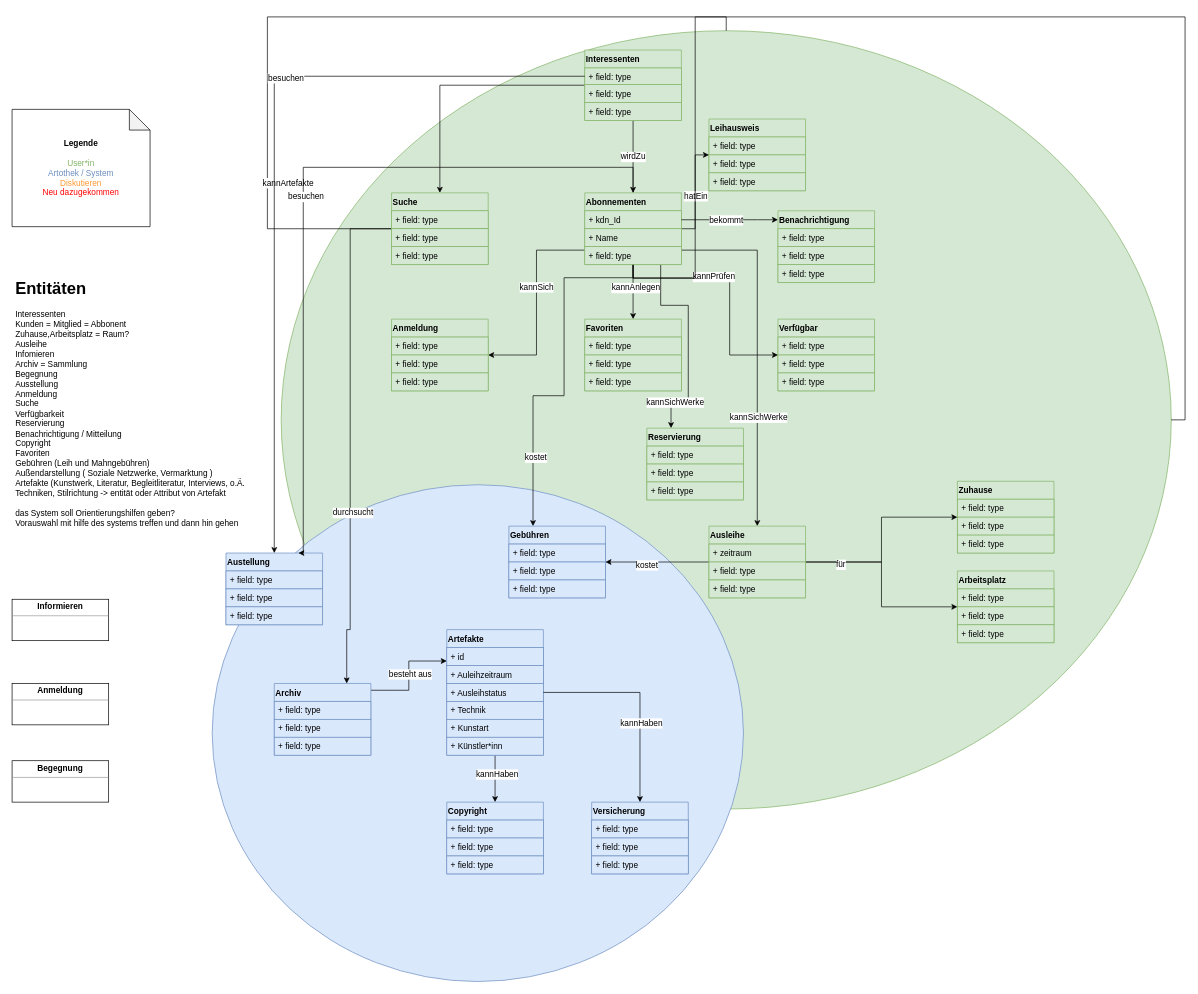
This is page "Domänenmodell_v3.0" (1 of 3) of Artefakte/Untitled Diagram.drawio from JJJS777/EPWS2122KwintSchiller, a draw.io file, before an edit. Source tidied: cells renumbered, new cells numbered last; positions are measured from the earlier drawing's top-left corner, leaving out a move shared by most shapes. Both pictures are drawn from the tidied source at 69%, with x=0, y=0 at pixel (12, 30).
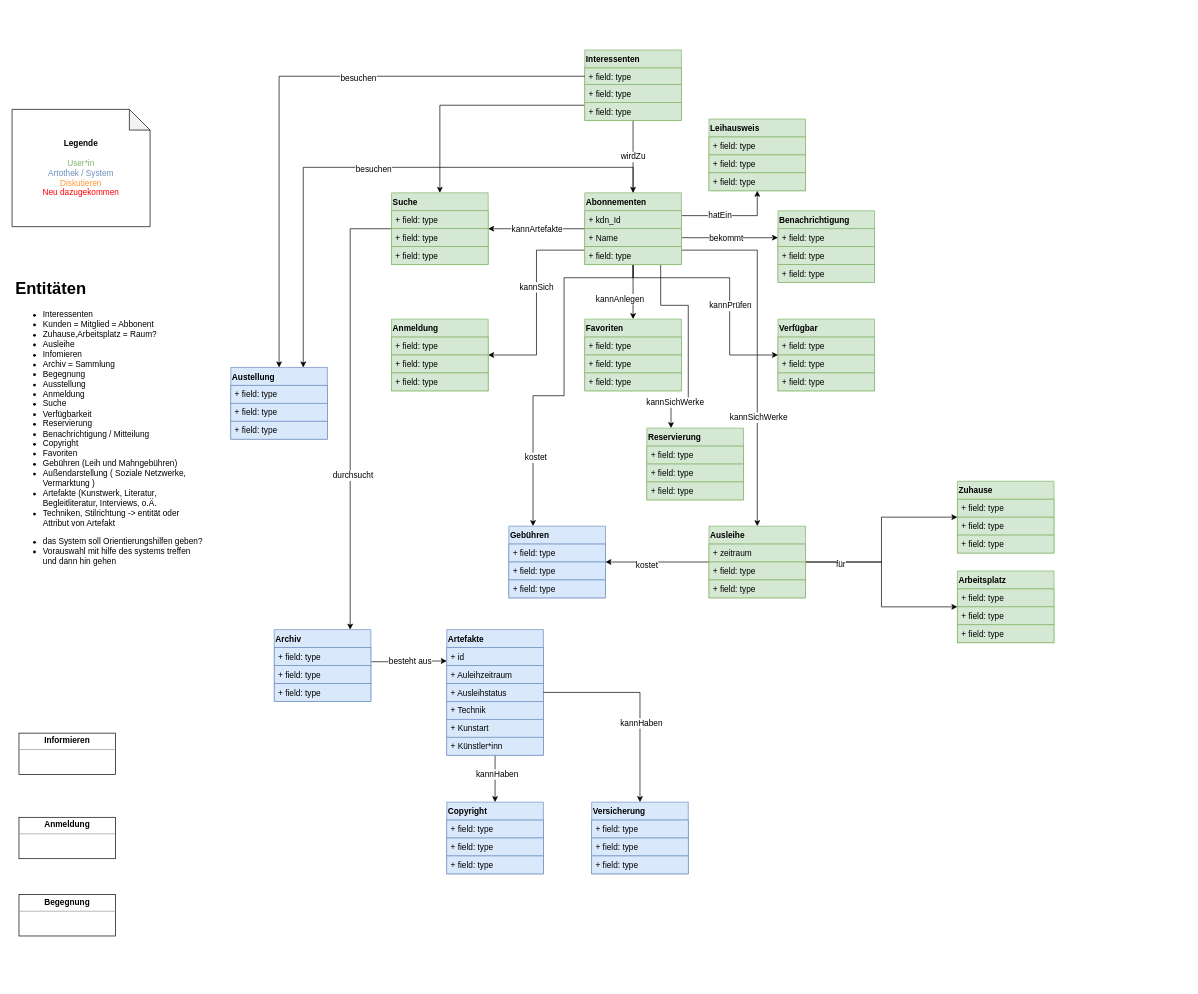
After the change.

Unchanged cells that the change refers to:
```xml
<mxCell id="11" value="Artefakte" style="swimlane;fontStyle=1;horizontal=1;startSize=26;fillColor=#dae8fc;fontFamily=Helvetica;fontSize=12;align=left;verticalAlign=top;strokeColor=#6c8ebf;" parent="1" vertex="1">
  <mxGeometry x="630" y="868" width="140" height="182" as="geometry" />
</mxCell>
<mxCell id="25" value="+ field: type" style="text;strokeColor=#6c8ebf;fillColor=#dae8fc;align=left;verticalAlign=top;spacingLeft=4;spacingRight=4;overflow=hidden;points=[[0,0.5],[1,0.5]];portConstraint=eastwest;fontFamily=Helvetica;fontSize=12;" parent="24" vertex="1">
  <mxGeometry y="26" width="140" height="26" as="geometry" />
</mxCell>
<mxCell id="36" value="Leihausweis" style="swimlane;fontStyle=1;horizontal=1;startSize=26;fillColor=#d5e8d4;fontFamily=Helvetica;fontSize=12;align=left;verticalAlign=top;strokeColor=#82b366;" parent="1" vertex="1">
  <mxGeometry x="1010" y="128" width="140" height="104" as="geometry" />
</mxCell>
<mxCell id="42" value="Interessenten" style="swimlane;fontStyle=1;horizontal=1;startSize=26;fillColor=#d5e8d4;fontFamily=Helvetica;fontSize=12;align=left;verticalAlign=top;strokeColor=#82b366;" parent="1" vertex="1">
  <mxGeometry x="830" y="28" width="140" height="102" as="geometry" />
</mxCell>
<mxCell id="46" value="Benachrichtigung&#10;" style="swimlane;fontStyle=1;horizontal=1;startSize=26;fillColor=#d5e8d4;fontFamily=Helvetica;fontSize=12;align=left;verticalAlign=top;strokeColor=#82b366;" parent="1" vertex="1">
  <mxGeometry x="1110" y="261" width="140" height="104" as="geometry" />
</mxCell>
<mxCell id="47" value="+ field: type" style="text;strokeColor=#82b366;fillColor=#d5e8d4;align=left;verticalAlign=top;spacingLeft=4;spacingRight=4;overflow=hidden;points=[[0,0.5],[1,0.5]];portConstraint=eastwest;fontFamily=Helvetica;fontSize=12;" parent="46" vertex="1">
  <mxGeometry y="26" width="140" height="26" as="geometry" />
</mxCell>
<mxCell id="60" style="edgeStyle=orthogonalEdgeStyle;rounded=0;jettySize=auto;html=1;entryX=0.5;entryY=0;entryDx=0;entryDy=0;fontFamily=Helvetica;fontSize=12;" parent="1" edge="1" source="72" target="86">
  <mxGeometry relative="1" as="geometry" />
</mxCell>
<mxCell id="62" style="edgeStyle=orthogonalEdgeStyle;rounded=0;jettySize=auto;html=1;fontFamily=Helvetica;fontSize=12;" parent="1" edge="1" source="72" target="50">
  <mxGeometry relative="1" as="geometry">
    <Array as="points">
      <mxPoint x="900" y="358" />
      <mxPoint x="1040" y="358" />
      <mxPoint x="1040" y="470" />
    </Array>
  </mxGeometry>
</mxCell>
<mxCell id="72" value="Abonnementen" style="swimlane;fontStyle=1;horizontal=1;startSize=26;fillColor=#d5e8d4;fontFamily=Helvetica;fontSize=12;align=left;verticalAlign=top;strokeColor=#82b366;" parent="1" vertex="1">
  <mxGeometry x="830" y="235" width="140" height="104" as="geometry" />
</mxCell>
<mxCell id="73" value="+ kdn_Id" style="text;strokeColor=#82b366;fillColor=#d5e8d4;align=left;verticalAlign=top;spacingLeft=4;spacingRight=4;overflow=hidden;points=[[0,0.5],[1,0.5]];portConstraint=eastwest;fontFamily=Helvetica;fontSize=12;" parent="72" vertex="1">
  <mxGeometry y="26" width="140" height="26" as="geometry" />
</mxCell>
<mxCell id="82" value="Suche" style="swimlane;fontStyle=1;horizontal=1;startSize=26;fillColor=#d5e8d4;fontFamily=Helvetica;fontSize=12;align=left;verticalAlign=top;strokeColor=#82b366;" parent="1" vertex="1">
  <mxGeometry x="550" y="235" width="140" height="104" as="geometry" />
</mxCell>
```

Diff of the diagram source:
```diff
@@
-    <mxCell id="2" style="ellipse;whiteSpace=wrap;html=1;fontFamily=Helvetica;fontSize=12;fillColor=#d5e8d4;align=left;verticalAlign=top;strokeColor=#82b366;" parent="1" vertex="1">
-      <mxGeometry x="390" width="1290" height="1128" as="geometry" />
-    </mxCell>
-    <mxCell id="3" style="ellipse;whiteSpace=wrap;html=1;fontFamily=Helvetica;fontSize=12;align=left;verticalAlign=top;fillColor=#dae8fc;strokeColor=#6c8ebf;" parent="1" vertex="1">
-      <mxGeometry x="290" y="658" width="770" height="720" as="geometry" />
-    </mxCell>
-    <mxCell id="4" value="&lt;h1&gt;Entitäten&lt;/h1&gt;&lt;div&gt;Interessenten&lt;/div&gt;&lt;div&gt;Kunden = Mitglied = Abbonent&lt;br&gt;&lt;/div&gt;&lt;div&gt;Zuhause,Arbeitsplatz = Raum?&lt;/div&gt;&lt;div&gt;Ausleihe&lt;br&gt;&lt;/div&gt;&lt;div&gt;Infomieren&lt;/div&gt;&lt;div&gt;Archiv = Sammlung&lt;/div&gt;&lt;div&gt;Begegnung&lt;/div&gt;&lt;div&gt;Ausstellung&lt;/div&gt;&lt;div&gt;Anmeldung&lt;/div&gt;&lt;div&gt;Suche&lt;br&gt;Verfügbarkeit&lt;/div&gt;&lt;div&gt;Reservierung&lt;br&gt;Benachrichtigung / Mitteilung&lt;br&gt;Copyright&lt;br&gt;Favoriten&lt;/div&gt;&lt;div&gt;Gebühren (Leih und Mahngebühren)&lt;br&gt;Außendarstellung ( Soziale Netzwerke, Vermarktung )&amp;nbsp;&lt;/div&gt;&lt;div&gt;Artefakte (Kunstwerk, Literatur, Begleitliteratur, Interviews, o.Ä.&lt;br&gt;&lt;/div&gt;&lt;div&gt;&lt;div&gt;Techniken, Stilrichtung -&amp;gt; entität oder Attribut von Artefakt&lt;/div&gt;&lt;div&gt;&lt;br&gt;&lt;/div&gt;&lt;div&gt;&lt;div&gt;das System soll Orientierungshilfen geben?&lt;/div&gt;&lt;div&gt;Vorauswahl mit hilfe des systems treffen und dann hin gehen&lt;/div&gt;&lt;div&gt;&lt;font color=&quot;#FF9933&quot;&gt;&lt;br&gt;&lt;/font&gt;&lt;/div&gt;&lt;/div&gt;&lt;/div&gt;" style="text;html=1;strokeColor=none;fillColor=none;spacing=5;spacingTop=-20;whiteSpace=wrap;overflow=hidden;rounded=0;" parent="1" vertex="1">
-      <mxGeometry y="354" width="370" height="394" as="geometry" />
+    <mxCell id="4" value="&lt;h1&gt;Entitäten&lt;/h1&gt;&lt;ul&gt;&lt;li&gt;Interessenten&lt;/li&gt;&lt;li&gt;Kunden = Mitglied = Abbonent&lt;/li&gt;&lt;li&gt;Zuhause,Arbeitsplatz = Raum?&lt;/li&gt;&lt;li&gt;Ausleihe&lt;/li&gt;&lt;li&gt;Infomieren&lt;/li&gt;&lt;li&gt;Archiv = Sammlung&lt;/li&gt;&lt;li&gt;Begegnung&lt;/li&gt;&lt;li&gt;Ausstellung&lt;/li&gt;&lt;li&gt;Anmeldung&lt;/li&gt;&lt;li&gt;Suche&lt;/li&gt;&lt;li&gt;Verfügbarkeit&lt;/li&gt;&lt;li&gt;Reservierung&lt;/li&gt;&lt;li&gt;Benachrichtigung / Mitteilung&lt;/li&gt;&lt;li&gt;Copyright&lt;/li&gt;&lt;li&gt;Favoriten&lt;/li&gt;&lt;li&gt;Gebühren (Leih und Mahngebühren)&lt;/li&gt;&lt;li&gt;Außendarstellung ( Soziale Netzwerke, Vermarktung )&amp;nbsp;&lt;/li&gt;&lt;li&gt;Artefakte (Kunstwerk, Literatur, Begleitliteratur, Interviews, o.Ä.&lt;/li&gt;&lt;li&gt;Techniken, Stilrichtung -&amp;gt; entität oder Attribut von Artefakt&lt;/li&gt;&lt;/ul&gt;&lt;div&gt;&lt;div&gt;&lt;div&gt;&lt;ul&gt;&lt;li&gt;das System soll Orientierungshilfen geben?&lt;/li&gt;&lt;li&gt;Vorauswahl mit hilfe des systems treffen und dann hin gehen&lt;/li&gt;&lt;/ul&gt;&lt;/div&gt;&lt;div&gt;&lt;font color=&quot;#FF9933&quot;&gt;&lt;br&gt;&lt;/font&gt;&lt;/div&gt;&lt;/div&gt;&lt;/div&gt;" style="text;html=1;strokeColor=none;fillColor=none;spacing=5;spacingTop=-20;whiteSpace=wrap;overflow=hidden;rounded=0;" parent="1" vertex="1">
+      <mxGeometry y="354" width="280" height="494" as="geometry" />
     </mxCell>
     <mxCell id="5" value="&lt;p style=&quot;margin: 0px ; margin-top: 4px ; text-align: center&quot;&gt;&lt;b&gt;&lt;span&gt;Informieren&lt;br&gt;&lt;/span&gt;&lt;/b&gt;&lt;/p&gt;&lt;hr size=&quot;1&quot;&gt;&lt;div style=&quot;height: 2px&quot;&gt;&lt;/div&gt;" style="verticalAlign=top;align=left;overflow=fill;fontSize=12;fontFamily=Helvetica;html=1;" parent="1" vertex="1">
-      <mxGeometry y="824" width="140" height="60" as="geometry" />
+      <mxGeometry x="10" y="1018" width="140" height="60" as="geometry" />
     </mxCell>
     <mxCell id="6" value="&lt;p style=&quot;margin: 0px ; margin-top: 4px ; text-align: center&quot;&gt;&lt;b&gt;&lt;span&gt;Anmeldung&lt;/span&gt;&lt;/b&gt;&lt;/p&gt;&lt;hr size=&quot;1&quot;&gt;&lt;div style=&quot;height: 2px&quot;&gt;&lt;/div&gt;" style="verticalAlign=top;align=left;overflow=fill;fontSize=12;fontFamily=Helvetica;html=1;" parent="1" vertex="1">
-      <mxGeometry y="946" width="140" height="60" as="geometry" />
+      <mxGeometry x="10" y="1140" width="140" height="60" as="geometry" />
     </mxCell>
@@
     <mxCell id="8" value="&lt;p style=&quot;margin: 0px ; margin-top: 4px ; text-align: center&quot;&gt;&lt;b&gt;Begegnung&lt;/b&gt;&lt;/p&gt;&lt;hr size=&quot;1&quot;&gt;&lt;div style=&quot;height: 2px&quot;&gt;&lt;/div&gt;" style="verticalAlign=top;align=left;overflow=fill;fontSize=12;fontFamily=Helvetica;html=1;" parent="1" vertex="1">
-      <mxGeometry y="1058" width="140" height="60" as="geometry" />
+      <mxGeometry x="10" y="1252" width="140" height="60" as="geometry" />
     </mxCell>
@@
-    <mxCell id="22" style="edgeStyle=orthogonalEdgeStyle;rounded=0;jettySize=auto;html=1;entryX=0;entryY=0.25;entryDx=0;entryDy=0;fontFamily=Helvetica;fontSize=12;fontColor=#000000;exitX=0.995;exitY=0.095;exitDx=0;exitDy=0;exitPerimeter=0;" parent="1" edge="1" source="24" target="11">
+    <mxCell id="22" style="edgeStyle=orthogonalEdgeStyle;rounded=0;jettySize=auto;html=1;entryX=0;entryY=0.25;entryDx=0;entryDy=0;fontFamily=Helvetica;fontSize=12;fontColor=#000000;exitX=1.006;exitY=0.79;exitDx=0;exitDy=0;exitPerimeter=0;" parent="1" edge="1" source="25" target="11">
       <mxGeometry relative="1" as="geometry" />
     </mxCell>
@@
     <mxCell id="24" value="Archiv" style="swimlane;fontStyle=1;horizontal=1;startSize=26;fillColor=#dae8fc;fontFamily=Helvetica;fontSize=12;align=left;verticalAlign=top;strokeColor=#6c8ebf;" parent="1" vertex="1">
-      <mxGeometry x="380" y="946" width="140" height="104" as="geometry" />
+      <mxGeometry x="380" y="868" width="140" height="104" as="geometry" />
     </mxCell>
@@
     <mxCell id="32" value="Austellung" style="swimlane;fontStyle=1;horizontal=1;startSize=26;fillColor=#dae8fc;fontFamily=Helvetica;fontSize=12;align=left;verticalAlign=top;strokeColor=#6c8ebf;" parent="1" vertex="1">
-      <mxGeometry x="310" y="757" width="140" height="104" as="geometry" />
+      <mxGeometry x="317" y="488" width="140" height="104" as="geometry" />
     </mxCell>
@@
     <mxCell id="41" style="edgeStyle=orthogonalEdgeStyle;rounded=0;jettySize=auto;html=1;fontFamily=Helvetica;fontSize=12;fontColor=#000000;" parent="1" edge="1" source="42" target="82">
-      <mxGeometry relative="1" as="geometry" />
+      <mxGeometry relative="1" as="geometry">
+        <Array as="points">
+          <mxPoint x="620" y="108" />
+        </Array>
+      </mxGeometry>
     </mxCell>
@@
-    <mxCell id="54" style="edgeStyle=orthogonalEdgeStyle;rounded=0;jettySize=auto;html=1;entryX=1;entryY=0.5;entryDx=0;entryDy=0;fontFamily=Helvetica;fontSize=12;startArrow=none;" parent="1" edge="1" source="2" target="82">
+    <mxCell id="54" style="edgeStyle=orthogonalEdgeStyle;rounded=0;jettySize=auto;html=1;entryX=1;entryY=0.5;entryDx=0;entryDy=0;fontFamily=Helvetica;fontSize=12;" parent="1" edge="1" source="72" target="82">
       <mxGeometry relative="1" as="geometry" />
     </mxCell>
@@
-    <mxCell id="58" style="edgeStyle=orthogonalEdgeStyle;rounded=0;jettySize=auto;html=1;fontFamily=Helvetica;fontSize=12;" parent="1" edge="1" source="72" target="36">
-      <mxGeometry relative="1" as="geometry">
-        <Array as="points">
-          <mxPoint x="990" y="287" />
-          <mxPoint x="990" y="180" />
-        </Array>
-      </mxGeometry>
-    </mxCell>
-    <mxCell id="59" value="hatEin" style="edgeLabel;html=1;align=center;verticalAlign=middle;fontSize=12;fontFamily=Helvetica;" parent="58" vertex="1">
-      <mxGeometry x="-0.07" relative="1" as="geometry" />
-    </mxCell>
@@
     <mxCell id="61" value="kannAnlegen" style="edgeLabel;html=1;align=center;verticalAlign=middle;fontSize=12;fontFamily=Helvetica;" parent="60" vertex="1">
-      <mxGeometry x="-0.17" y="3" relative="1" as="geometry" />
+      <mxGeometry x="-0.17" y="3" relative="1" as="geometry">
+        <mxPoint x="-23" y="16" as="offset" />
+      </mxGeometry>
     </mxCell>
@@
     <mxCell id="63" value="kannPrüfen" style="edgeLabel;html=1;align=center;verticalAlign=middle;fontSize=12;fontFamily=Helvetica;" parent="62" vertex="1">
-      <mxGeometry x="-0.21" y="2" relative="1" as="geometry" />
+      <mxGeometry x="-0.21" y="2" relative="1" as="geometry">
+        <mxPoint x="24" y="42" as="offset" />
+      </mxGeometry>
     </mxCell>
@@
+    <mxCell id="122" style="edgeStyle=orthogonalEdgeStyle;rounded=0;jettySize=auto;html=1;fontFamily=Helvetica;fontSize=12;fontColor=#000000;" parent="1" edge="1" source="72" target="47">
+      <mxGeometry relative="1" as="geometry">
+        <Array as="points">
+          <mxPoint x="1010" y="300" />
+          <mxPoint x="1010" y="300" />
+        </Array>
+      </mxGeometry>
+    </mxCell>
+    <mxCell id="116" value="bekommt" style="edgeLabel;html=1;align=center;verticalAlign=middle;fontSize=12;fontFamily=Helvetica;fontColor=#000000;" parent="122" vertex="1">
+      <mxGeometry x="-0.09" relative="1" as="geometry" />
+    </mxCell>
+    <mxCell id="58" style="edgeStyle=orthogonalEdgeStyle;rounded=0;jettySize=auto;html=1;fontFamily=Helvetica;fontSize=12;fontColor=#000000;" parent="1" edge="1" source="72" target="36">
+      <mxGeometry relative="1" as="geometry">
+        <Array as="points">
+          <mxPoint x="1080" y="268" />
+        </Array>
+      </mxGeometry>
+    </mxCell>
+    <mxCell id="59" value="hatEin" style="edgeLabel;html=1;align=center;verticalAlign=middle;fontSize=12;fontFamily=Helvetica;fontColor=#000000;" parent="58" vertex="1">
+      <mxGeometry x="-0.25" y="1" relative="1" as="geometry" />
+    </mxCell>
@@
-    <mxCell id="80" style="edgeStyle=orthogonalEdgeStyle;rounded=0;jettySize=auto;html=1;fontFamily=Helvetica;fontSize=12;fontColor=#000000;entryX=0.75;entryY=0;entryDx=0;entryDy=0;" parent="1" edge="1" source="82" target="24">
+    <mxCell id="80" style="edgeStyle=orthogonalEdgeStyle;rounded=0;jettySize=auto;html=1;fontFamily=Helvetica;fontSize=12;fontColor=#000000;" parent="1" edge="1" source="82">
       <mxGeometry relative="1" as="geometry">
+        <mxPoint x="490" y="868" as="targetPoint" />
         <Array as="points">
           <mxPoint x="490" y="287" />
           <mxPoint x="490" y="868" />
-          <mxPoint x="485" y="868" />
         </Array>
       </mxGeometry>
     </mxCell>
@@
-    <mxCell id="115" style="edgeStyle=orthogonalEdgeStyle;rounded=0;jettySize=auto;html=1;fontFamily=Helvetica;fontSize=12;" parent="1" edge="1" source="73" target="46">
-      <mxGeometry relative="1" as="geometry">
-        <Array as="points">
-          <mxPoint x="1080" y="274" />
-          <mxPoint x="1080" y="274" />
-        </Array>
-      </mxGeometry>
-    </mxCell>
-    <mxCell id="116" value="bekommt" style="edgeLabel;html=1;align=center;verticalAlign=middle;fontSize=12;fontFamily=Helvetica;" parent="115" vertex="1">
-      <mxGeometry x="-0.09" relative="1" as="geometry" />
-    </mxCell>
@@
-    <mxCell id="121" style="edgeStyle=orthogonalEdgeStyle;rounded=0;jettySize=auto;html=1;entryX=1;entryY=0.5;entryDx=0;entryDy=0;fontFamily=Helvetica;fontSize=12;endArrow=none;" parent="1" edge="1" source="72" target="2">
-      <mxGeometry relative="1" as="geometry" />
-    </mxCell>
```
